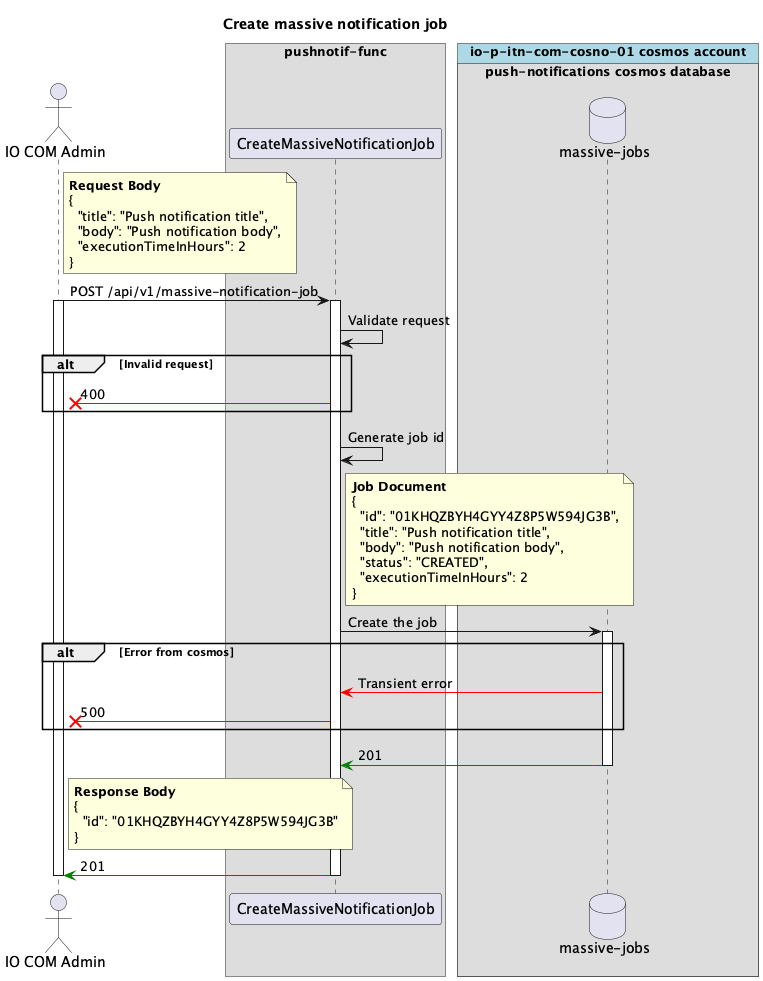
The PlantUML diagram apps/pushnotif-func/docs/png/create-massive-job.png in pagopa/io-messages, before a commit.
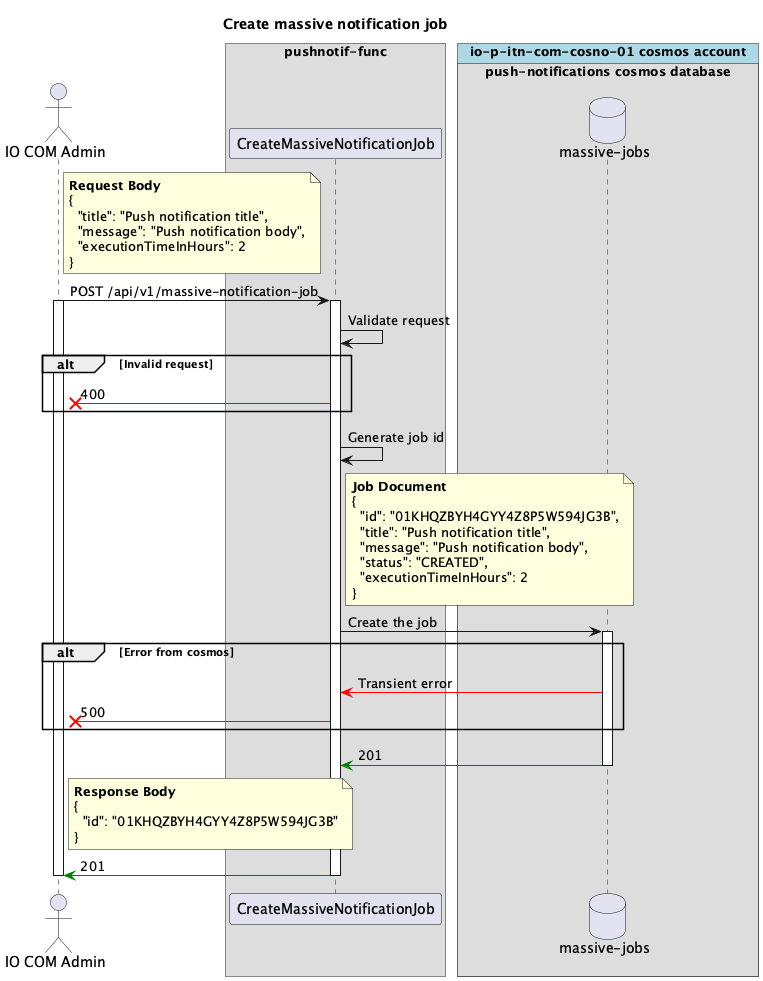
The same file after the commit.

What changed in the source:
```diff
@@ -19,7 +19,7 @@
   **Request Body**
   {
     "title": "Push notification title",
-    "body": "Push notification body",
+    "message": "Push notification body",
     "executionTimeInHours": 2
   }
 end note
@@ -40,7 +40,7 @@
   {
     "id": "01KHQZBYH4GYY4Z8P5W594JG3B",
     "title": "Push notification title",
-    "body": "Push notification body",
+    "message": "Push notification body",
     "status": "CREATED",
     "executionTimeInHours": 2
   }
```
